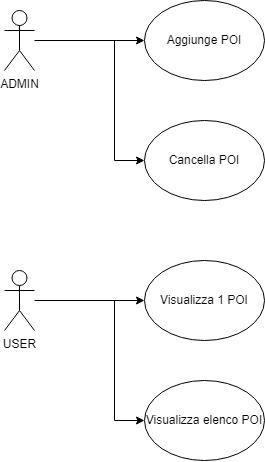
Before: img/CasiD'uso.png, a diagram exported from draw.io (Codex22Paradox/Rome-PointOfInterest). Source tidied: cells renumbered, new cells last; positions are measured from the earlier drawing's top-left corner, leaving out a move shared by most shapes. Its diagram source:
```xml
<mxGraphModel>
  <root>
    <mxCell id="0" />
    <mxCell id="1" parent="0" />
    <mxCell id="2" style="edgeStyle=orthogonalEdgeStyle;rounded=0;jettySize=auto;html=1;" parent="1" edge="1" source="3" target="6">
      <mxGeometry relative="1" as="geometry" />
    </mxCell>
    <mxCell id="3" value="ADMIN" style="shape=umlActor;verticalLabelPosition=bottom;verticalAlign=top;html=1;outlineConnect=0;" parent="1" vertex="1">
      <mxGeometry y="10" width="30" height="60" as="geometry" />
    </mxCell>
    <mxCell id="4" style="edgeStyle=orthogonalEdgeStyle;rounded=0;jettySize=auto;html=1;" parent="1" edge="1" source="5" target="7">
      <mxGeometry relative="1" as="geometry" />
    </mxCell>
    <mxCell id="5" value="USER" style="shape=umlActor;verticalLabelPosition=bottom;verticalAlign=top;html=1;outlineConnect=0;" parent="1" vertex="1">
      <mxGeometry y="270" width="30" height="60" as="geometry" />
    </mxCell>
    <mxCell id="6" value="Aggiunge POI" style="ellipse;whiteSpace=wrap;html=1;" parent="1" vertex="1">
      <mxGeometry x="140" width="120" height="80" as="geometry" />
    </mxCell>
    <mxCell id="7" value="Visualizza 1 POI" style="ellipse;whiteSpace=wrap;html=1;" parent="1" vertex="1">
      <mxGeometry x="140" y="260" width="120" height="80" as="geometry" />
    </mxCell>
    <mxCell id="8" style="endArrow=classic;html=1;rounded=0;entryX=0;entryY=0.5;entryDx=0;entryDy=0;" parent="1" edge="1" target="9">
      <mxGeometry relative="1" as="geometry">
        <mxPoint x="110" y="300" as="sourcePoint" />
        <Array as="points">
          <mxPoint x="110" y="420" />
        </Array>
      </mxGeometry>
    </mxCell>
    <mxCell id="9" value="Visualizza elenco POI" style="ellipse;whiteSpace=wrap;html=1;" parent="1" vertex="1">
      <mxGeometry x="140" y="380" width="120" height="80" as="geometry" />
    </mxCell>
    <mxCell id="10" style="endArrow=classic;html=1;rounded=0;entryX=0;entryY=0.5;entryDx=0;entryDy=0;" parent="1" edge="1" target="11">
      <mxGeometry relative="1" as="geometry">
        <mxPoint x="110" y="40" as="sourcePoint" />
        <Array as="points">
          <mxPoint x="110" y="160" />
        </Array>
      </mxGeometry>
    </mxCell>
    <mxCell id="11" value="Cancella POI" style="ellipse;whiteSpace=wrap;html=1;" parent="1" vertex="1">
      <mxGeometry x="140" y="120" width="120" height="80" as="geometry" />
    </mxCell>
  </root>
</mxGraphModel>
```
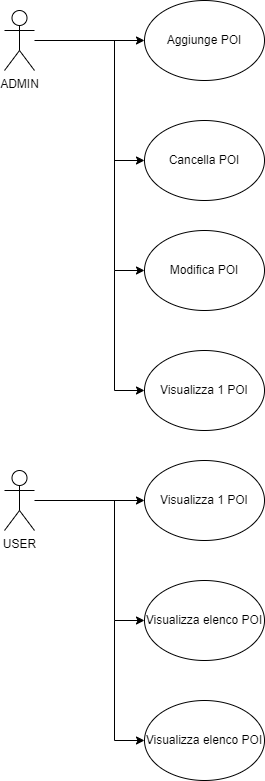
The same file after the commit.

The edit, as a diff of the source:
```diff
@@ -12,24 +12,24 @@
       <mxGeometry relative="1" as="geometry" />
     </mxCell>
     <mxCell id="5" value="USER" style="shape=umlActor;verticalLabelPosition=bottom;verticalAlign=top;html=1;outlineConnect=0;" parent="1" vertex="1">
-      <mxGeometry y="270" width="30" height="60" as="geometry" />
+      <mxGeometry y="470" width="30" height="60" as="geometry" />
     </mxCell>
     <mxCell id="6" value="Aggiunge POI" style="ellipse;whiteSpace=wrap;html=1;" parent="1" vertex="1">
       <mxGeometry x="140" width="120" height="80" as="geometry" />
     </mxCell>
     <mxCell id="7" value="Visualizza 1 POI" style="ellipse;whiteSpace=wrap;html=1;" parent="1" vertex="1">
-      <mxGeometry x="140" y="260" width="120" height="80" as="geometry" />
+      <mxGeometry x="140" y="460" width="120" height="80" as="geometry" />
     </mxCell>
     <mxCell id="8" style="endArrow=classic;html=1;rounded=0;entryX=0;entryY=0.5;entryDx=0;entryDy=0;" parent="1" edge="1" target="9">
       <mxGeometry relative="1" as="geometry">
-        <mxPoint x="110" y="300" as="sourcePoint" />
+        <mxPoint x="110" y="500" as="sourcePoint" />
         <Array as="points">
-          <mxPoint x="110" y="420" />
+          <mxPoint x="110" y="620" />
         </Array>
       </mxGeometry>
     </mxCell>
     <mxCell id="9" value="Visualizza elenco POI" style="ellipse;whiteSpace=wrap;html=1;" parent="1" vertex="1">
-      <mxGeometry x="140" y="380" width="120" height="80" as="geometry" />
+      <mxGeometry x="140" y="580" width="120" height="80" as="geometry" />
     </mxCell>
     <mxCell id="10" style="endArrow=classic;html=1;rounded=0;entryX=0;entryY=0.5;entryDx=0;entryDy=0;" parent="1" edge="1" target="11">
       <mxGeometry relative="1" as="geometry">
@@ -42,5 +42,38 @@
     <mxCell id="11" value="Cancella POI" style="ellipse;whiteSpace=wrap;html=1;" parent="1" vertex="1">
       <mxGeometry x="140" y="120" width="120" height="80" as="geometry" />
     </mxCell>
+    <mxCell id="12" style="endArrow=classic;html=1;rounded=0;entryX=0;entryY=0.5;entryDx=0;entryDy=0;" parent="1" edge="1" target="13">
+      <mxGeometry relative="1" as="geometry">
+        <mxPoint x="110" y="620" as="sourcePoint" />
+        <Array as="points">
+          <mxPoint x="110" y="740" />
+        </Array>
+      </mxGeometry>
+    </mxCell>
+    <mxCell id="13" value="Visualizza elenco POI" style="ellipse;whiteSpace=wrap;html=1;" parent="1" vertex="1">
+      <mxGeometry x="140" y="700" width="120" height="80" as="geometry" />
+    </mxCell>
+    <mxCell id="14" style="endArrow=classic;html=1;rounded=0;entryX=0;entryY=0.5;entryDx=0;entryDy=0;" parent="1" edge="1" target="16">
+      <mxGeometry relative="1" as="geometry">
+        <mxPoint x="110" y="150" as="sourcePoint" />
+        <Array as="points">
+          <mxPoint x="110" y="270" />
+        </Array>
+      </mxGeometry>
+    </mxCell>
+    <mxCell id="15" style="endArrow=classic;html=1;rounded=0;entryX=0;entryY=0.5;entryDx=0;entryDy=0;" parent="1" edge="1" target="17">
+      <mxGeometry relative="1" as="geometry">
+        <mxPoint x="110" y="270" as="sourcePoint" />
+        <Array as="points">
+          <mxPoint x="110" y="390" />
+        </Array>
+      </mxGeometry>
+    </mxCell>
+    <mxCell id="16" value="Modifica POI" style="ellipse;whiteSpace=wrap;html=1;" parent="1" vertex="1">
+      <mxGeometry x="140" y="230" width="120" height="80" as="geometry" />
+    </mxCell>
+    <mxCell id="17" value="Visualizza 1 POI" style="ellipse;whiteSpace=wrap;html=1;" parent="1" vertex="1">
+      <mxGeometry x="140" y="350" width="120" height="80" as="geometry" />
+    </mxCell>
   </root>
 </mxGraphModel>
```
